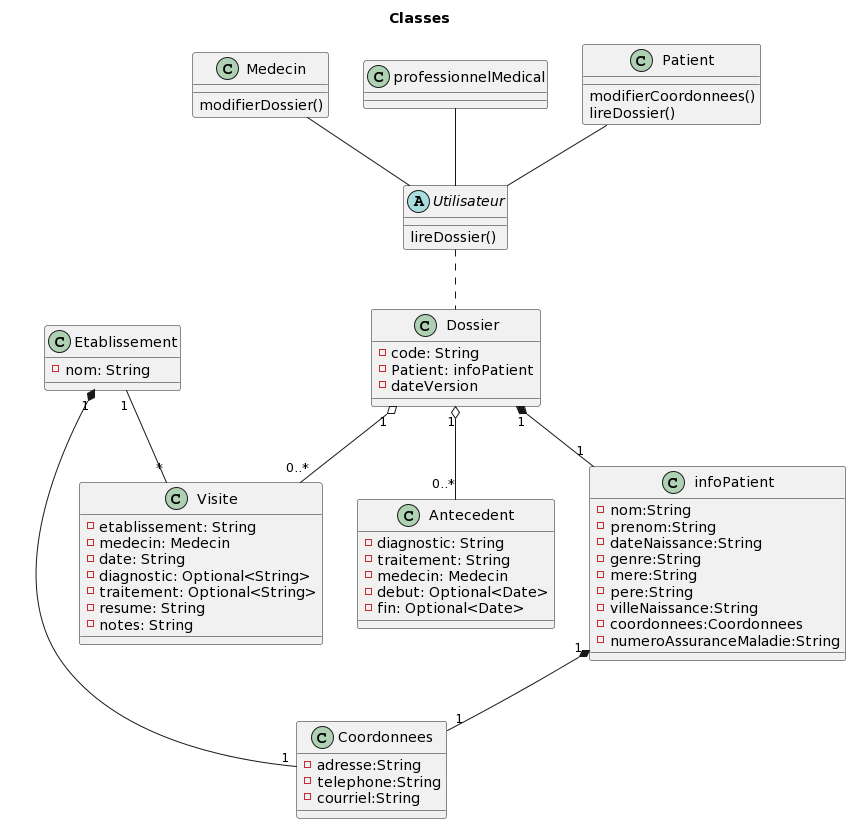
This is diagrammes/CLASSE.png from vbrayuqam/projet-genielog, a PlantUML export, as it was before one commit.
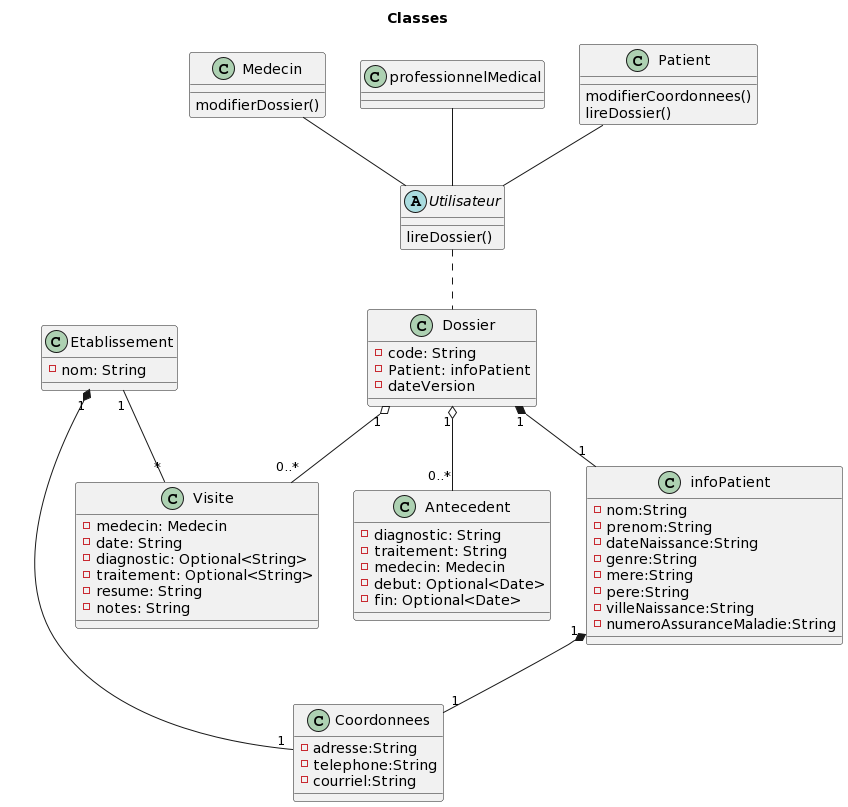
After the change.

Change to the diagram source:
```diff
@@ -16,7 +16,6 @@
 }
 
 class Visite{
-    - etablissement: String
     - medecin: Medecin
     - date: String
     - diagnostic: Optional<String>
@@ -53,7 +52,6 @@
     -mere:String
     -pere:String
     -villeNaissance:String
-    -coordonnees:Coordonnees
     -numeroAssuranceMaladie:String
 }
 
```
